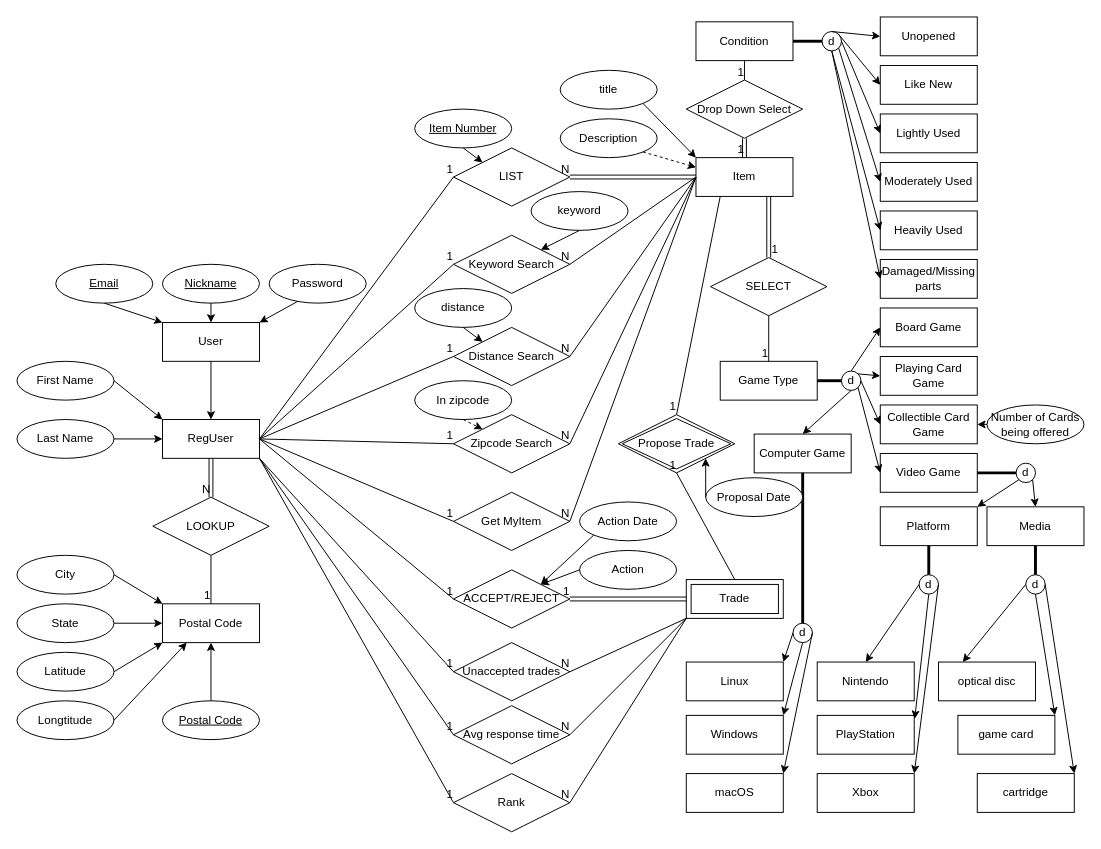
Earlier version of the draw.io diagram Phase 1/EER diagram.drawio (guanch1984/game-exchange-app). Source tidied: cells renumbered, new cells numbered last; positions are measured from the earlier drawing's top-left corner, leaving out a move shared by most shapes. Both pictures are drawn from the tidied source at 97%, with x=0, y=0 at pixel (16, 16).
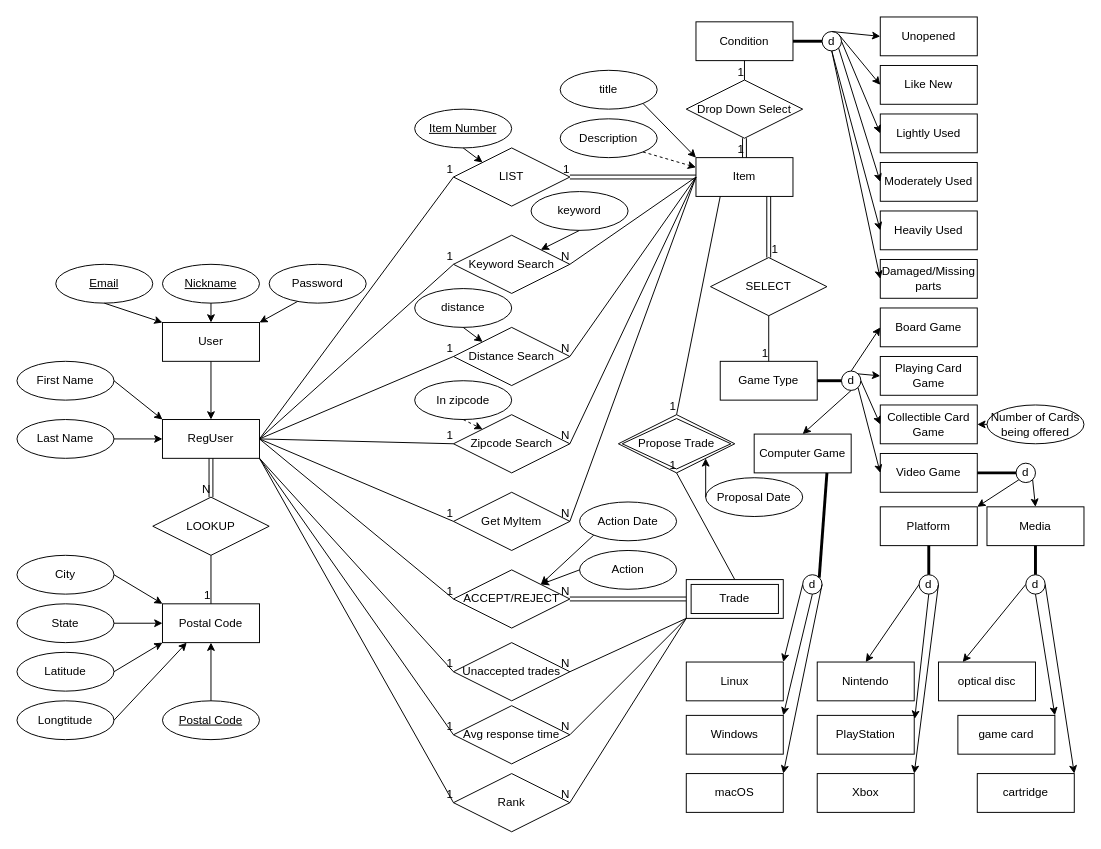
The same diagram, later.

Unchanged cells that the change refers to:
```xml
<mxCell id="37" value="Computer Game" style="whiteSpace=wrap;html=1;align=center;" parent="1" vertex="1">
  <mxGeometry x="760" y="430" width="100" height="40" as="geometry" />
</mxCell>
<mxCell id="113" style="shape=link;html=1;rounded=0;strokeWidth=1;exitX=0;exitY=0.5;exitDx=0;exitDy=0;entryX=1;entryY=0.5;entryDx=0;entryDy=0;" parent="1" edge="1" source="31" target="108">
  <mxGeometry relative="1" as="geometry" />
</mxCell>
<mxCell id="152" style="shape=link;html=1;rounded=0;strokeWidth=1;exitX=0;exitY=0.5;exitDx=0;exitDy=0;entryX=1;entryY=0.5;entryDx=0;entryDy=0;" parent="1" edge="1" source="156" target="115">
  <mxGeometry relative="1" as="geometry" />
</mxCell>
```

What changed in the source:
```diff
@@
     <mxCell id="64" value="d" style="ellipse;whiteSpace=wrap;html=1;" parent="1" vertex="1">
-      <mxGeometry x="800" y="625" width="20" height="20" as="geometry" />
+      <mxGeometry x="810" y="575" width="20" height="20" as="geometry" />
     </mxCell>
-    <mxCell id="65" style="endArrow=none;html=1;rounded=0;strokeWidth=3;entryX=0.5;entryY=1;entryDx=0;entryDy=0;exitX=0.5;exitY=0;exitDx=0;exitDy=0;" parent="1" edge="1" source="64" target="37">
+    <mxCell id="65" style="endArrow=none;html=1;rounded=0;strokeWidth=3;entryX=0.75;entryY=1;entryDx=0;entryDy=0;exitX=1;exitY=0;exitDx=0;exitDy=0;" parent="1" edge="1" source="64" target="37">
       <mxGeometry relative="1" as="geometry" />
     </mxCell>
@@
-    <mxCell id="114" value="N" style="html=1;align=right;verticalAlign=bottom;" parent="113" vertex="1">
+    <mxCell id="114" value="1" style="html=1;align=right;verticalAlign=bottom;" parent="113" vertex="1">
       <mxGeometry x="1" relative="1" as="geometry" />
     </mxCell>
@@
-    <mxCell id="153" value="1" style="html=1;align=right;verticalAlign=bottom;" parent="152" vertex="1">
+    <mxCell id="153" value="N" style="html=1;align=right;verticalAlign=bottom;" parent="152" vertex="1">
       <mxGeometry x="1" relative="1" as="geometry" />
     </mxCell>
```
